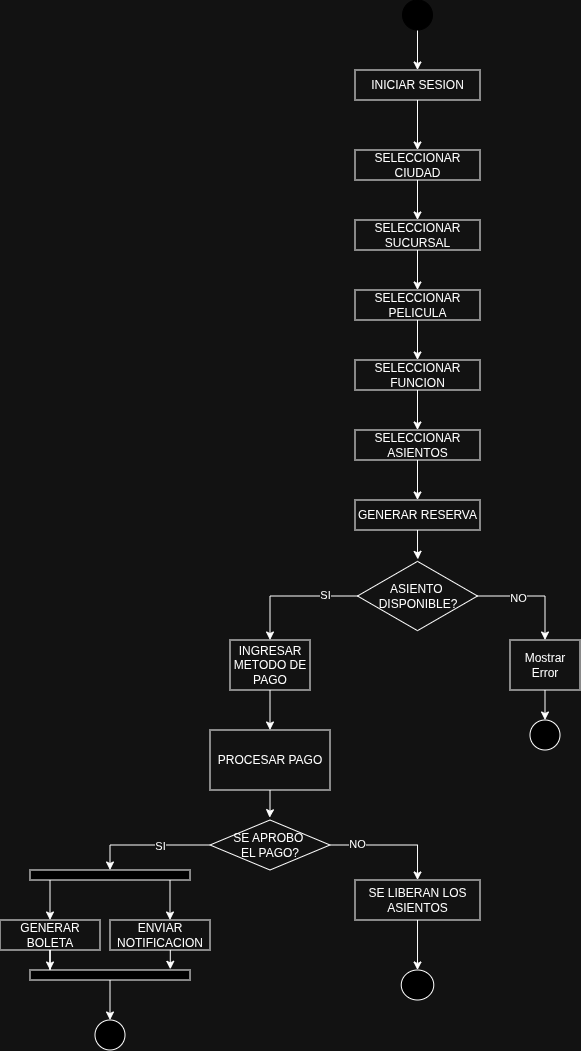
Earlier version of the draw.io export Practica1/Doc/Diagramas/DiagramaActividades.png (matiuuh/SA_PRACTICA_G10). Source tidied: cells renumbered, new cells last; positions are measured from the earlier drawing's top-left corner, leaving out a move shared by most shapes.
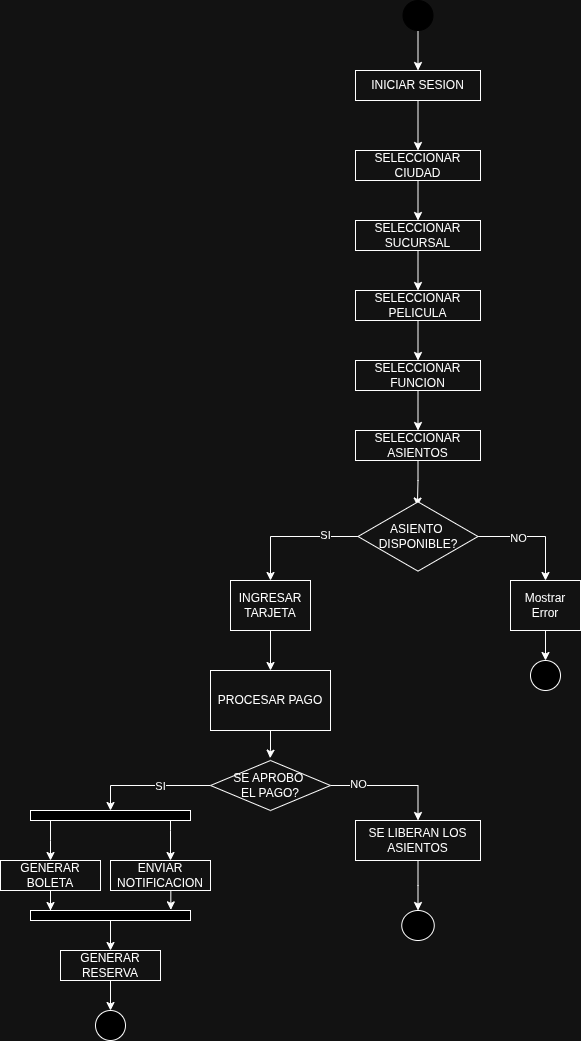
The same file after the commit.

What changed in the source:
```diff
@@ -6,47 +6,44 @@
       <mxGeometry relative="1" as="geometry" />
     </mxCell>
     <mxCell id="3" style="ellipse;whiteSpace=wrap;html=1;fillColor=light-dark(#FFFFFF,#000000);strokeColor=light-dark(#FFFFFF,#000000);" parent="1" vertex="1">
-      <mxGeometry x="402.5" width="30" height="30" as="geometry" />
+      <mxGeometry x="402.5" y="60" width="30" height="30" as="geometry" />
     </mxCell>
     <mxCell id="4" style="edgeStyle=orthogonalEdgeStyle;rounded=0;jettySize=auto;html=1;entryX=0.5;entryY=0;entryDx=0;entryDy=0;" parent="1" edge="1" source="5" target="7">
       <mxGeometry relative="1" as="geometry" />
     </mxCell>
     <mxCell id="5" value="INICIAR SESION" style="rounded=0;whiteSpace=wrap;html=1;" parent="1" vertex="1">
-      <mxGeometry x="355" y="70" width="125" height="30" as="geometry" />
+      <mxGeometry x="355" y="130" width="125" height="30" as="geometry" />
     </mxCell>
     <mxCell id="6" style="edgeStyle=orthogonalEdgeStyle;rounded=0;jettySize=auto;html=1;" parent="1" edge="1" source="7" target="9">
       <mxGeometry relative="1" as="geometry" />
     </mxCell>
     <mxCell id="7" value="SELECCIONAR CIUDAD" style="whiteSpace=wrap;html=1;rounded=0;" parent="1" vertex="1">
-      <mxGeometry x="355" y="150" width="125" height="30" as="geometry" />
+      <mxGeometry x="355" y="210" width="125" height="30" as="geometry" />
     </mxCell>
     <mxCell id="8" style="edgeStyle=orthogonalEdgeStyle;rounded=0;jettySize=auto;html=1;" parent="1" edge="1" source="9" target="11">
       <mxGeometry relative="1" as="geometry" />
     </mxCell>
     <mxCell id="9" value="SELECCIONAR SUCURSAL" style="whiteSpace=wrap;html=1;rounded=0;" parent="1" vertex="1">
-      <mxGeometry x="355" y="220" width="125" height="30" as="geometry" />
+      <mxGeometry x="355" y="280" width="125" height="30" as="geometry" />
     </mxCell>
     <mxCell id="10" style="edgeStyle=orthogonalEdgeStyle;rounded=0;jettySize=auto;html=1;" parent="1" edge="1" source="11" target="13">
       <mxGeometry relative="1" as="geometry" />
     </mxCell>
     <mxCell id="11" value="SELECCIONAR PELICULA" style="whiteSpace=wrap;html=1;rounded=0;" parent="1" vertex="1">
-      <mxGeometry x="355" y="290" width="125" height="30" as="geometry" />
+      <mxGeometry x="355" y="350" width="125" height="30" as="geometry" />
     </mxCell>
     <mxCell id="12" style="edgeStyle=orthogonalEdgeStyle;rounded=0;jettySize=auto;html=1;" parent="1" edge="1" source="13" target="15">
       <mxGeometry relative="1" as="geometry" />
     </mxCell>
     <mxCell id="13" value="SELECCIONAR FUNCION" style="whiteSpace=wrap;html=1;rounded=0;" parent="1" vertex="1">
-      <mxGeometry x="355" y="360" width="125" height="30" as="geometry" />
+      <mxGeometry x="355" y="420" width="125" height="30" as="geometry" />
     </mxCell>
-    <mxCell id="14" style="edgeStyle=orthogonalEdgeStyle;rounded=0;jettySize=auto;html=1;" parent="1" edge="1" source="15" target="16">
+    <mxCell id="14" style="edgeStyle=orthogonalEdgeStyle;rounded=0;jettySize=auto;html=1;entryX=0.495;entryY=0.077;entryDx=0;entryDy=0;entryPerimeter=0;" parent="1" edge="1" source="15" target="21">
       <mxGeometry relative="1" as="geometry" />
     </mxCell>
     <mxCell id="15" value="SELECCIONAR ASIENTOS" style="whiteSpace=wrap;html=1;rounded=0;" parent="1" vertex="1">
-      <mxGeometry x="355" y="430" width="125" height="30" as="geometry" />
+      <mxGeometry x="355" y="490" width="125" height="30" as="geometry" />
     </mxCell>
-    <mxCell id="16" value="GENERAR RESERVA" style="whiteSpace=wrap;html=1;rounded=0;" parent="1" vertex="1">
-      <mxGeometry x="355" y="500" width="125" height="30" as="geometry" />
-    </mxCell>
     <mxCell id="17" style="edgeStyle=orthogonalEdgeStyle;rounded=0;jettySize=auto;html=1;" parent="1" edge="1" source="21" target="24">
       <mxGeometry relative="1" as="geometry" />
     </mxCell>
@@ -62,9 +59,6 @@
     <mxCell id="21" value="ASIENTO&amp;nbsp;&lt;div&gt;DISPONIBLE?&lt;/div&gt;" style="html=1;whiteSpace=wrap;shape=isoRectangle;" parent="1" vertex="1">
       <mxGeometry x="357.5" y="560" width="120" height="72" as="geometry" />
     </mxCell>
-    <mxCell id="22" style="edgeStyle=orthogonalEdgeStyle;rounded=0;jettySize=auto;html=1;entryX=0.503;entryY=-0.009;entryDx=0;entryDy=0;entryPerimeter=0;" parent="1" edge="1" source="16" target="21">
-      <mxGeometry relative="1" as="geometry" />
-    </mxCell>
     <mxCell id="23" style="edgeStyle=orthogonalEdgeStyle;rounded=0;jettySize=auto;html=1;exitX=0.5;exitY=1;exitDx=0;exitDy=0;entryX=0.5;entryY=0;entryDx=0;entryDy=0;" parent="1" edge="1" source="24" target="25">
       <mxGeometry relative="1" as="geometry" />
     </mxCell>
@@ -77,7 +71,7 @@
     <mxCell id="26" style="edgeStyle=orthogonalEdgeStyle;rounded=0;jettySize=auto;html=1;" parent="1" edge="1" source="27" target="28">
       <mxGeometry relative="1" as="geometry" />
     </mxCell>
-    <mxCell id="27" value="INGRESAR METODO DE PAGO" style="whiteSpace=wrap;html=1;" parent="1" vertex="1">
+    <mxCell id="27" value="INGRESAR TARJETA" style="whiteSpace=wrap;html=1;" parent="1" vertex="1">
       <mxGeometry x="230" y="640" width="80" height="50" as="geometry" />
     </mxCell>
     <mxCell id="28" value="PROCESAR PAGO" style="whiteSpace=wrap;html=1;" parent="1" vertex="1">
@@ -130,9 +124,9 @@
         </Array>
       </mxGeometry>
     </mxCell>
-    <mxCell id="40" style="edgeStyle=orthogonalEdgeStyle;rounded=0;jettySize=auto;html=1;" parent="1" edge="1" source="41" target="44">
-      <mxGeometry relative="1" as="geometry" />
-    </mxCell>
+    <mxCell id="48" style="edgeStyle=orthogonalEdgeStyle;rounded=0;jettySize=auto;html=1;entryX=0.5;entryY=0;entryDx=0;entryDy=0;" parent="1" edge="1" source="41" target="16">
+      <mxGeometry relative="1" as="geometry" />
+    </mxCell>
     <mxCell id="41" style="whiteSpace=wrap;html=1;fillColor=light-dark(#FFFFFF,#000000);" parent="1" vertex="1">
       <mxGeometry x="30" y="970" width="160" height="10" as="geometry" />
     </mxCell>
@@ -147,7 +141,7 @@
       </mxGeometry>
     </mxCell>
     <mxCell id="44" style="ellipse;whiteSpace=wrap;html=1;fillColor=light-dark(#FFFFFF,#000000);" parent="1" vertex="1">
-      <mxGeometry x="95" y="1020" width="30" height="30" as="geometry" />
+      <mxGeometry x="95" y="1070" width="30" height="30" as="geometry" />
     </mxCell>
     <mxCell id="45" style="edgeStyle=orthogonalEdgeStyle;rounded=0;jettySize=auto;html=1;" parent="1" edge="1" source="46" target="47">
       <mxGeometry relative="1" as="geometry" />
@@ -158,5 +152,11 @@
     <mxCell id="47" style="ellipse;whiteSpace=wrap;html=1;fillColor=light-dark(#FFFFFF,#000000);" parent="1" vertex="1">
       <mxGeometry x="401.2" y="970" width="32.5" height="30" as="geometry" />
     </mxCell>
+    <mxCell id="49" style="edgeStyle=orthogonalEdgeStyle;rounded=0;jettySize=auto;html=1;entryX=0.5;entryY=0;entryDx=0;entryDy=0;" parent="1" edge="1" source="16" target="44">
+      <mxGeometry relative="1" as="geometry" />
+    </mxCell>
+    <mxCell id="16" value="GENERAR RESERVA" style="rounded=0;whiteSpace=wrap;html=1;" parent="1" vertex="1">
+      <mxGeometry x="60" y="1010" width="100" height="30" as="geometry" />
+    </mxCell>
   </root>
 </mxGraphModel>
```
